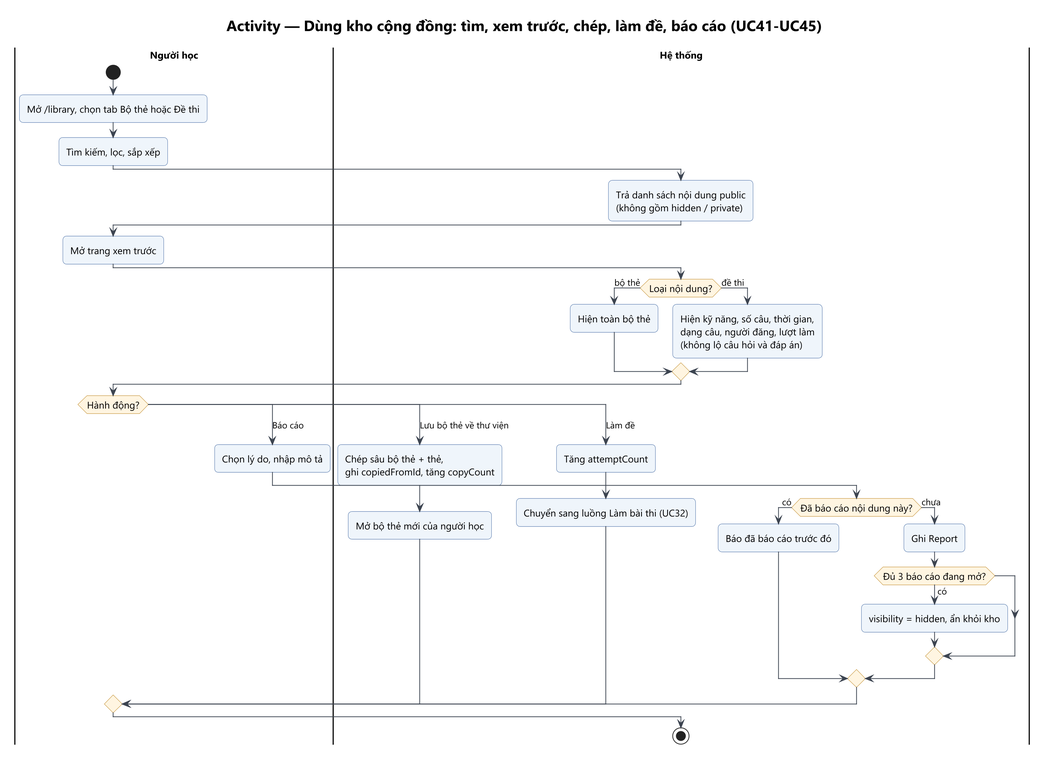
Earlier version of the PlantUML export Analysis_Design/03_Activity/act-08-dung-kho.png (Ac-2836/WebDev-FinalProject-LinMaster).
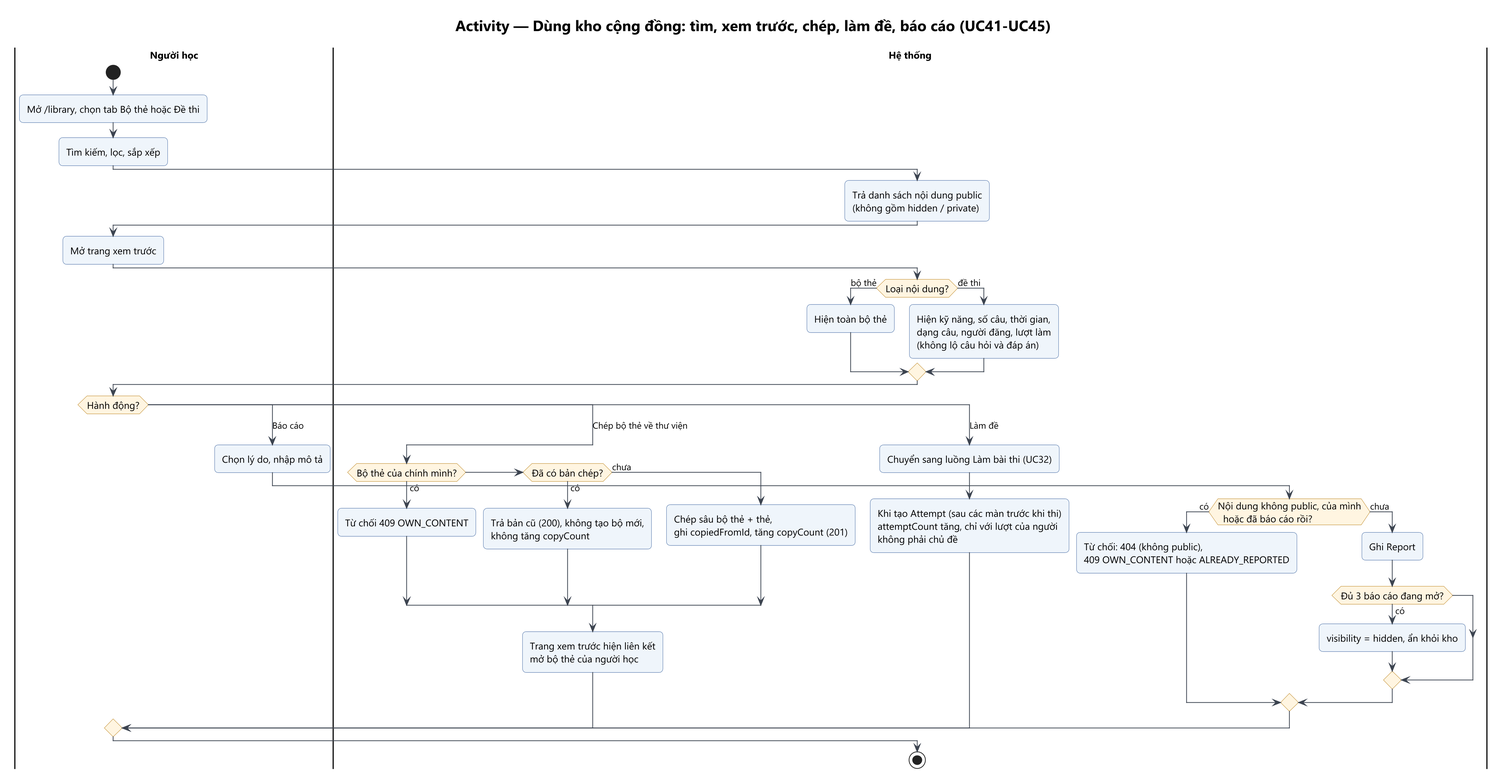
After the change.

The edit, as a diff of the source:
```diff
@@ -20,21 +20,33 @@
 endif
 |Người học|
 switch (Hành động?)
-case (Lưu bộ thẻ về thư viện)
+case (Chép bộ thẻ về thư viện)
   |Hệ thống|
-  :Chép sâu bộ thẻ + thẻ,
-  ghi copiedFromId, tăng copyCount;
-  :Mở bộ thẻ mới của người học;
+  if (Bộ thẻ của chính mình?) then (có)
+    :Từ chối 409 OWN_CONTENT;
+  elseif (Đã có bản chép?) then (có)
+    :Trả bản cũ (200), không tạo bộ mới,
+    không tăng copyCount;
+  else (chưa)
+    :Chép sâu bộ thẻ + thẻ,
+    ghi copiedFromId, tăng copyCount (201);
+  endif
+  :Trang xem trước hiện liên kết
+  mở bộ thẻ của người học;
 case (Làm đề)
   |Hệ thống|
-  :Tăng attemptCount;
   :Chuyển sang luồng Làm bài thi (UC32);
+  :Khi tạo Attempt (sau các màn trước khi thi)
+  attemptCount tăng, chỉ với lượt của người
+  không phải chủ đề;
 case (Báo cáo)
   |Người học|
   :Chọn lý do, nhập mô tả;
   |Hệ thống|
-  if (Đã báo cáo nội dung này?) then (có)
-    :Báo đã báo cáo trước đó;
+  if (Nội dung không public, của mình
+  hoặc đã báo cáo rồi?) then (có)
+    :Từ chối: 404 (không public),
+    409 OWN_CONTENT hoặc ALREADY_REPORTED;
   else (chưa)
     :Ghi Report;
     if (Đủ 3 báo cáo đang mở?) then (có)
```
